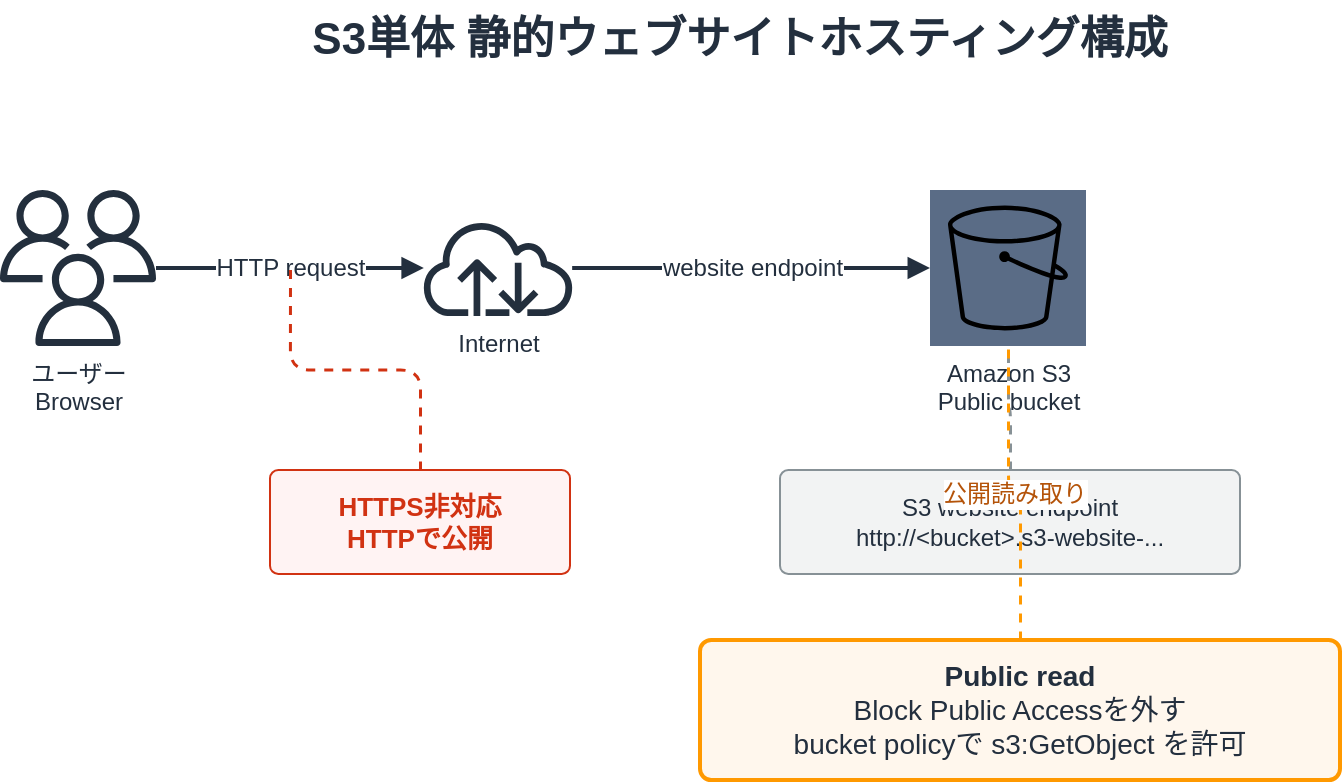
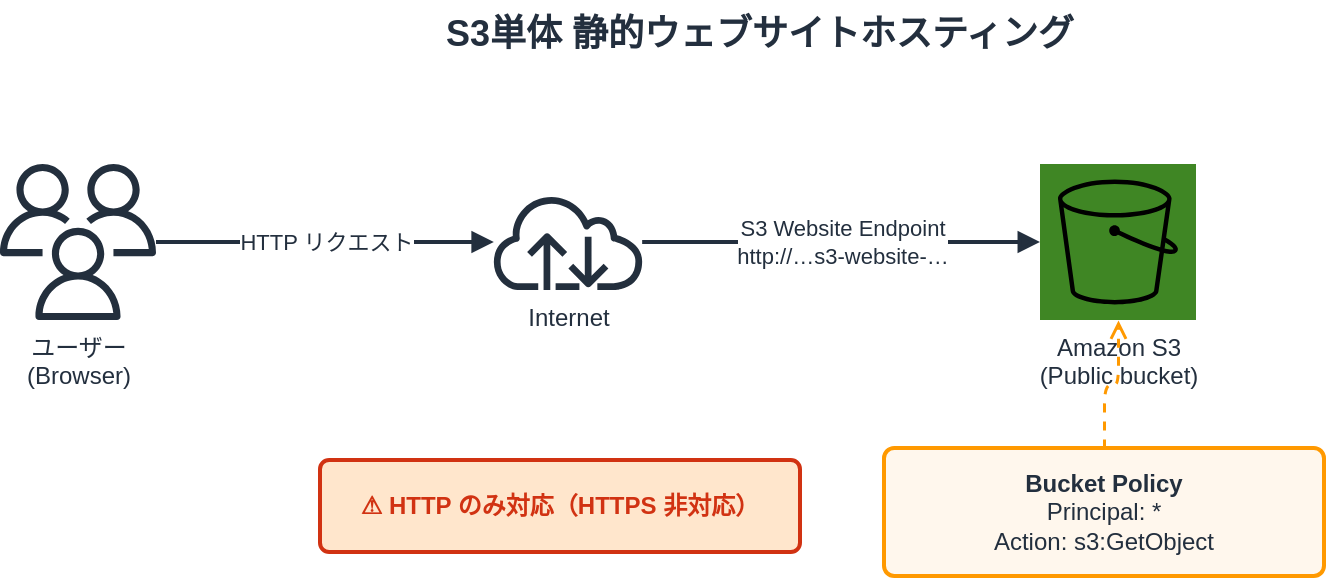
- <mxfile host="app.diagrams.net" modified="2026-06-21T00:00:00.000Z" agent="Codex" version="24.7.17" type="device">
+ <mxfile host="app.diagrams.net" modified="2026-06-27T00:00:00.000Z" agent="Claude" version="24.7.17" type="device">
  <diagram id="s3-static-hosting-architecture" name="S3 static hosting">
-     <mxGraphModel adaptiveColors="auto" dx="1092" dy="654" grid="1" gridSize="10" guides="1" tooltips="1" connect="1" arrows="1" fold="1" page="1" pageScale="1" pageWidth="900" pageHeight="430" math="0" shadow="0">
+     <mxGraphModel dx="1092" dy="654" grid="1" gridSize="10" guides="1" tooltips="1" connect="1" arrows="1" fold="1" page="1" pageScale="1" pageWidth="860" pageHeight="330" math="0" shadow="0">
      <root>
        <mxCell id="0"/>
        <mxCell id="1" parent="0"/>
-         <mxCell id="title" value="S3単体 静的ウェブサイトホスティング構成" style="text;html=1;strokeColor=none;fillColor=none;align=center;verticalAlign=middle;whiteSpace=wrap;rounded=0;fontSize=22;fontStyle=1;fontColor=#232F3E;" vertex="1" parent="1">
-           <mxGeometry x="195" y="30" width="510" height="40" as="geometry"/>
+ 
+         <mxCell id="title" value="S3単体 静的ウェブサイトホスティング" style="text;html=1;strokeColor=none;fillColor=none;align=center;verticalAlign=middle;whiteSpace=wrap;rounded=0;fontSize=18;fontStyle=1;fontColor=#232F3E;" vertex="1" parent="1">
+           <mxGeometry x="140" y="18" width="580" height="34" as="geometry"/>
        </mxCell>
-         <mxCell id="users" value="ユーザー&lt;br&gt;Browser" style="sketch=0;outlineConnect=0;fontColor=#232F3E;gradientColor=none;fillColor=#232F3D;strokeColor=none;dashed=0;verticalLabelPosition=bottom;verticalAlign=top;align=center;html=1;fontSize=12;fontStyle=0;aspect=fixed;pointerEvents=1;shape=mxgraph.aws4.users;" vertex="1" parent="1">
-           <mxGeometry x="80" y="125" width="78" height="78" as="geometry"/>
+ 
+         <mxCell id="users" value="ユーザー&lt;br&gt;(Browser)" style="sketch=0;outlineConnect=0;fontColor=#232F3E;gradientColor=none;fillColor=#232F3D;strokeColor=none;dashed=0;verticalLabelPosition=bottom;verticalAlign=top;align=center;html=1;fontSize=12;fontStyle=0;aspect=fixed;pointerEvents=1;shape=mxgraph.aws4.users;" vertex="1" parent="1">
+           <mxGeometry x="50" y="100" width="78" height="78" as="geometry"/>
        </mxCell>
+ 
        <mxCell id="internet" value="Internet" style="sketch=0;outlineConnect=0;fontColor=#232F3E;gradientColor=none;fillColor=#232F3D;strokeColor=none;dashed=0;verticalLabelPosition=bottom;verticalAlign=top;align=center;html=1;fontSize=12;fontStyle=0;aspect=fixed;pointerEvents=1;shape=mxgraph.aws4.internet;" vertex="1" parent="1">
-           <mxGeometry x="290" y="140" width="78" height="48" as="geometry"/>
+           <mxGeometry x="295" y="115" width="78" height="48" as="geometry"/>
        </mxCell>
-         <mxCell id="s3" value="Amazon S3&lt;br&gt;Public bucket" style="sketch=0;outlineConnect=0;fontColor=#232F3E;gradientColor=none;fillColor=#5A6C86;strokeColor=none;dashed=0;verticalLabelPosition=bottom;verticalAlign=top;align=center;html=1;fontSize=12;fontStyle=0;aspect=fixed;shape=mxgraph.aws4.resourceIcon;resIcon=mxgraph.aws4.s3;" vertex="1" parent="1">
-           <mxGeometry x="545" y="125" width="78" height="78" as="geometry"/>
+ 
+         <mxCell id="s3" value="Amazon S3&lt;br&gt;(Public bucket)" style="sketch=0;outlineConnect=0;fontColor=#232F3E;gradientColor=none;fillColor=#3F8624;strokeColor=none;dashed=0;verticalLabelPosition=bottom;verticalAlign=top;align=center;html=1;fontSize=12;fontStyle=0;aspect=fixed;shape=mxgraph.aws4.resourceIcon;resIcon=mxgraph.aws4.s3;" vertex="1" parent="1">
+           <mxGeometry x="570" y="100" width="78" height="78" as="geometry"/>
        </mxCell>
-         <mxCell id="website-endpoint" value="S3 website endpoint&lt;br&gt;http://&amp;lt;bucket&amp;gt;.s3-website-..." style="rounded=1;whiteSpace=wrap;html=1;fillColor=#F2F3F3;strokeColor=#879196;strokeWidth=1;fontColor=#232F3E;fontSize=12;arcSize=8;" vertex="1" parent="1">
-           <mxGeometry x="470" y="265" width="230" height="52" as="geometry"/>
+ 
+         <mxCell id="http-warning" value="⚠ HTTP のみ対応（HTTPS 非対応）" style="rounded=1;whiteSpace=wrap;html=1;fillColor=#FFE6CC;strokeColor=#D13212;strokeWidth=2;fontColor=#D13212;fontSize=12;fontStyle=1;arcSize=10;" vertex="1" parent="1">
+           <mxGeometry x="210" y="248" width="240" height="46" as="geometry"/>
        </mxCell>
-         <mxCell id="http-note" value="HTTPS非対応&lt;br&gt;HTTPで公開" style="rounded=1;whiteSpace=wrap;html=1;fillColor=#FFF3F3;strokeColor=#D13212;strokeWidth=1;fontColor=#D13212;fontSize=13;fontStyle=1;arcSize=8;" vertex="1" parent="1">
-           <mxGeometry x="215" y="265" width="150" height="52" as="geometry"/>
+ 
+         <mxCell id="bucket-policy" value="&lt;b&gt;Bucket Policy&lt;/b&gt;&lt;br&gt;Principal: *&lt;br&gt;Action: s3:GetObject" style="rounded=1;whiteSpace=wrap;html=1;fillColor=#FFF7ED;strokeColor=#FF9900;strokeWidth=2;fontColor=#232F3E;fontSize=12;arcSize=8;" vertex="1" parent="1">
+           <mxGeometry x="492" y="242" width="220" height="64" as="geometry"/>
        </mxCell>
-         <mxCell id="public-policy" value="&lt;b&gt;Public read&lt;/b&gt;&lt;br&gt;Block Public Accessを外す&lt;br&gt;bucket policyで s3:GetObject を許可" style="rounded=1;whiteSpace=wrap;html=1;fillColor=#FFF7ED;strokeColor=#FF9900;strokeWidth=2;fontColor=#232F3E;fontSize=14;arcSize=8;" vertex="1" parent="1">
-           <mxGeometry x="430" y="350" width="320" height="70" as="geometry"/>
-         </mxCell>
-         <mxCell id="edge-users-internet" value="HTTP request" style="edgeStyle=orthogonalEdgeStyle;rounded=1;endArrow=block;html=1;strokeWidth=2;strokeColor=#232F3E;fontColor=#232F3E;fontSize=12;" edge="1" parent="1" source="users" target="internet">
+ 
+         <mxCell id="edge-users-internet" value="HTTP リクエスト" style="edgeStyle=orthogonalEdgeStyle;rounded=1;endArrow=block;endFill=1;html=1;strokeWidth=2;strokeColor=#232F3E;fontColor=#232F3E;fontSize=11;exitX=1;exitY=0.5;exitDx=0;exitDy=0;entryX=0;entryY=0.5;entryDx=0;entryDy=0;" edge="1" parent="1" source="users" target="internet">
          <mxGeometry relative="1" as="geometry"/>
        </mxCell>
-         <mxCell id="edge-internet-s3" value="website endpoint" style="edgeStyle=orthogonalEdgeStyle;rounded=1;endArrow=block;html=1;strokeWidth=2;strokeColor=#232F3E;fontColor=#232F3E;fontSize=12;" edge="1" parent="1" source="internet" target="s3">
+ 
+         <mxCell id="edge-internet-s3" value="S3 Website Endpoint&lt;br&gt;http://…s3-website-…" style="edgeStyle=orthogonalEdgeStyle;rounded=1;endArrow=block;endFill=1;html=1;strokeWidth=2;strokeColor=#232F3E;fontColor=#232F3E;fontSize=11;exitX=1;exitY=0.5;exitDx=0;exitDy=0;entryX=0;entryY=0.5;entryDx=0;entryDy=0;" edge="1" parent="1" source="internet" target="s3">
          <mxGeometry relative="1" as="geometry"/>
        </mxCell>
-         <mxCell id="edge-http-note" value="" style="edgeStyle=orthogonalEdgeStyle;rounded=1;endArrow=none;html=1;strokeWidth=1.5;strokeColor=#D13212;fontColor=#D13212;fontSize=12;dashed=1;" edge="1" parent="1" source="http-note" target="edge-users-internet">
-           <mxGeometry relative="1" as="geometry"/>
-         </mxCell>
-         <mxCell id="edge-endpoint-s3" value="" style="edgeStyle=orthogonalEdgeStyle;rounded=1;endArrow=none;html=1;strokeWidth=1.5;strokeColor=#879196;fontColor=#545B64;fontSize=12;dashed=1;" edge="1" parent="1" source="website-endpoint" target="s3">
-           <mxGeometry relative="1" as="geometry"/>
-         </mxCell>
-         <mxCell id="edge-policy-s3" value="公開読み取り" style="edgeStyle=orthogonalEdgeStyle;rounded=1;endArrow=none;html=1;strokeWidth=1.5;strokeColor=#FF9900;fontColor=#B45309;fontSize=12;dashed=1;" edge="1" parent="1" source="public-policy" target="s3">
+ 
+         <mxCell id="edge-policy-s3" value="" style="edgeStyle=orthogonalEdgeStyle;rounded=1;endArrow=open;endFill=0;html=1;strokeWidth=1.5;strokeColor=#FF9900;dashed=1;exitX=0.5;exitY=0;exitDx=0;exitDy=0;entryX=0.5;entryY=1;entryDx=0;entryDy=0;" edge="1" parent="1" source="bucket-policy" target="s3">
          <mxGeometry relative="1" as="geometry"/>
        </mxCell>
      </root>
    </mxGraphModel>
  </diagram>
</mxfile>
